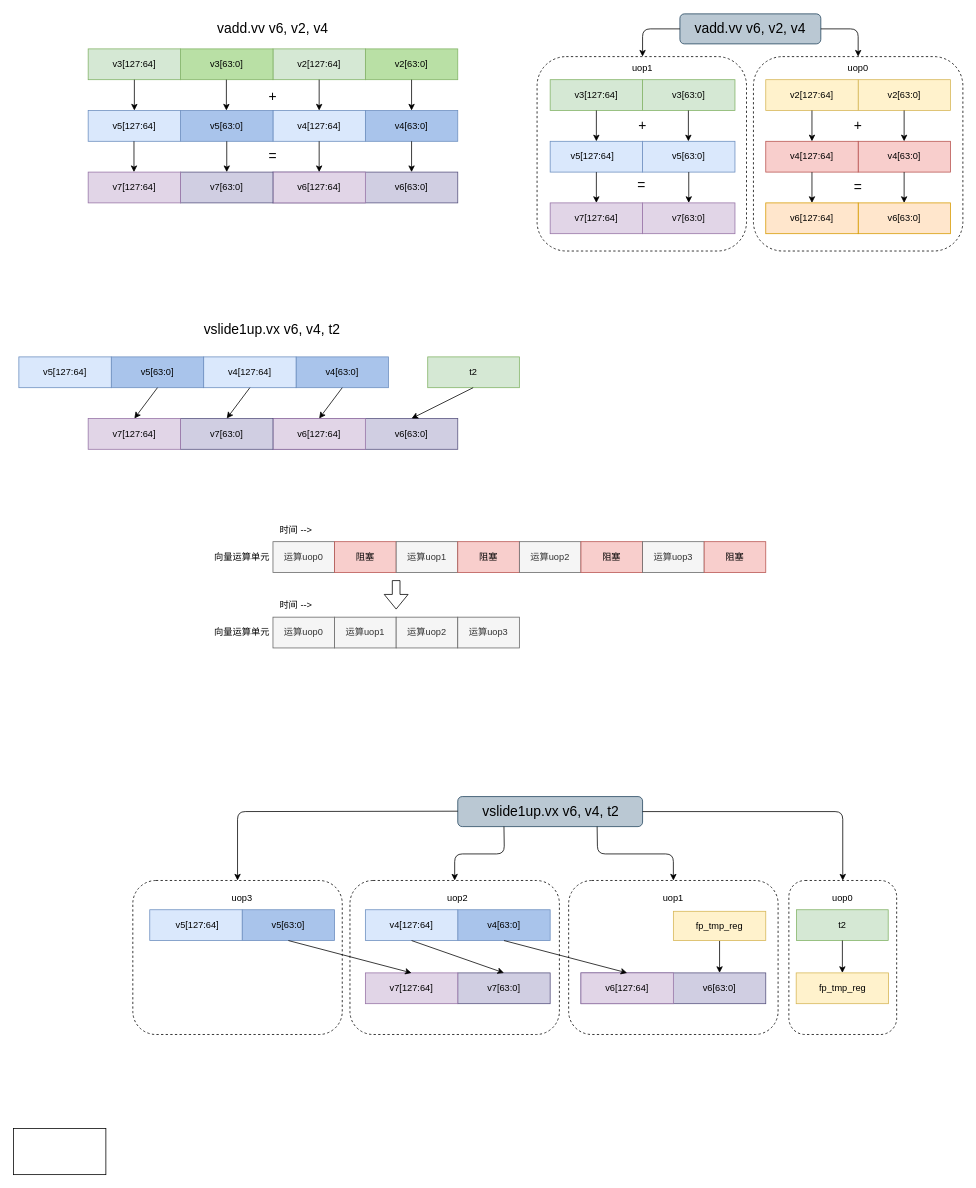
The draw.io diagram vector1.drawio in Ziyue-Zhang/draw_picture, before the edit. Source tidied: cells renumbered, new cells numbered last; positions are measured from the earlier drawing's top-left corner, leaving out a move shared by most shapes. Both pictures are drawn from the tidied source at 77%, with x=0, y=0 at pixel (13, 13).
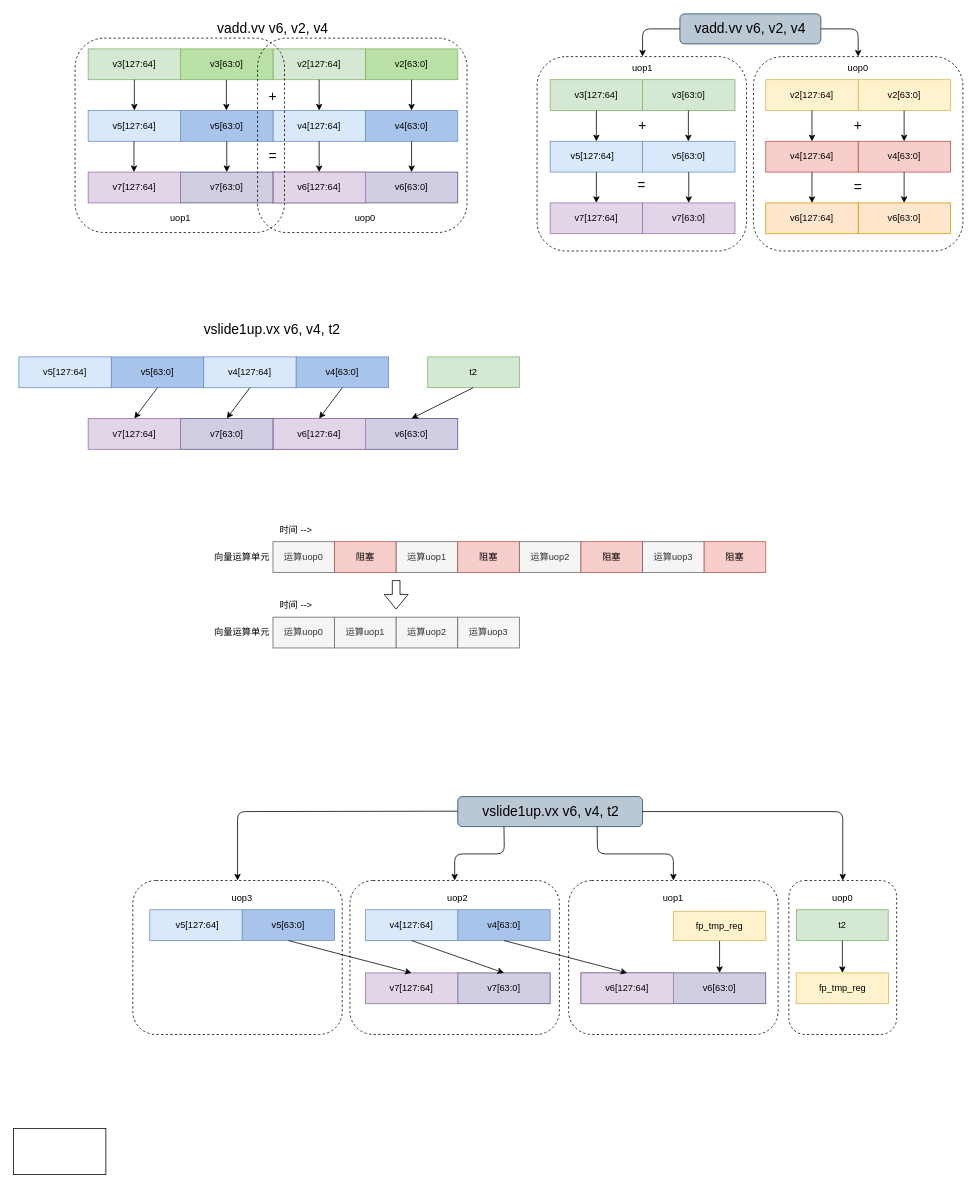
The same diagram, later.

Change to the diagram source:
```diff
@@
+    <mxCell id="159" style="rounded=1;whiteSpace=wrap;html=1;dashed=1;textOpacity=0;fillColor=none;" parent="1" vertex="1">
+      <mxGeometry x="80" y="32" width="272" height="252.5" as="geometry" />
+    </mxCell>
+    <mxCell id="160" style="rounded=1;whiteSpace=wrap;html=1;dashed=1;fillColor=none;" parent="1" vertex="1">
+      <mxGeometry x="317" y="32" width="272" height="252.5" as="geometry" />
+    </mxCell>
+    <mxCell id="161" value="uop1" style="text;html=1;strokeColor=none;fillColor=none;align=center;verticalAlign=middle;whiteSpace=wrap;rounded=0;" parent="1" vertex="1">
+      <mxGeometry x="187" y="251" width="60" height="30" as="geometry" />
+    </mxCell>
+    <mxCell id="162" value="uop0" style="text;html=1;strokeColor=none;fillColor=none;align=center;verticalAlign=middle;whiteSpace=wrap;rounded=0;" parent="1" vertex="1">
+      <mxGeometry x="427" y="251" width="60" height="30" as="geometry" />
+    </mxCell>
```
